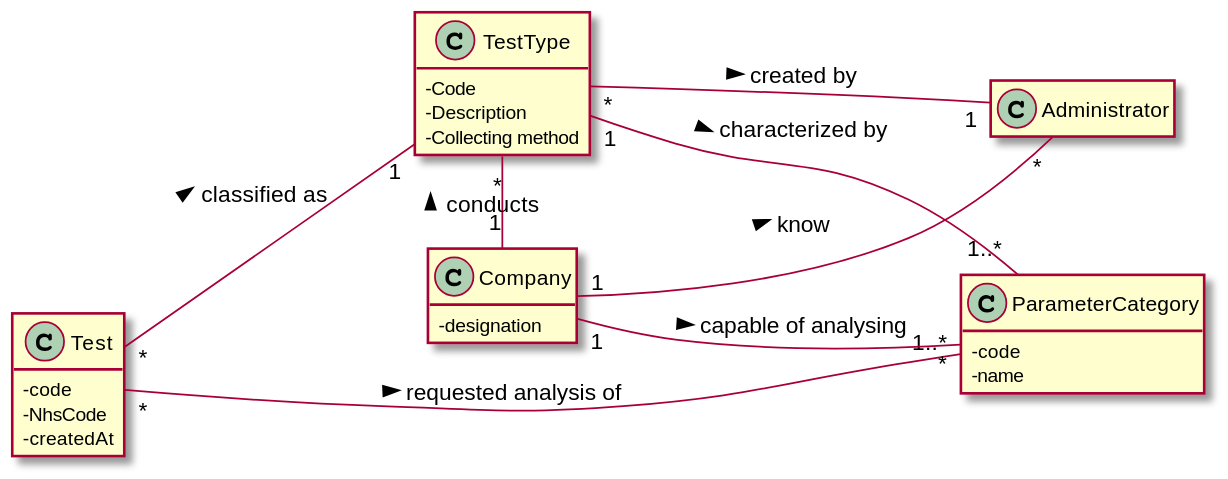
Earlier version of the PlantUML export docs/SprintB/US_9/US9_DM.svg (ana-albergaria/LAPR2-ISEP).
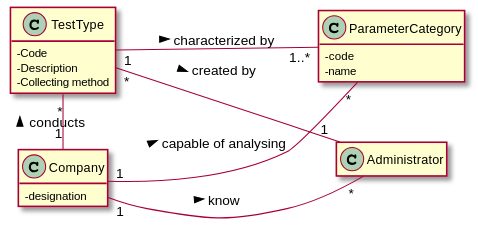
After the commit.

Change to the diagram source:
```diff
@@ -17,16 +17,9 @@
 - Description
 - Collecting method
 }
-class Test{
-- code
-- NhsCode
-- createdAt
-}
 
  TestType -[hidden]right-|> Company
 
-Test "*" -- "1" TestType : classified as >
-Test "*" -- "1..*" ParameterCategory : requested analysis of >
 Company "1" -- "*" TestType : conducts >
 Company "1" -- "*" ParameterCategory : capable of analysing >
 Company "1" -- "*" Administrator : know >
```
